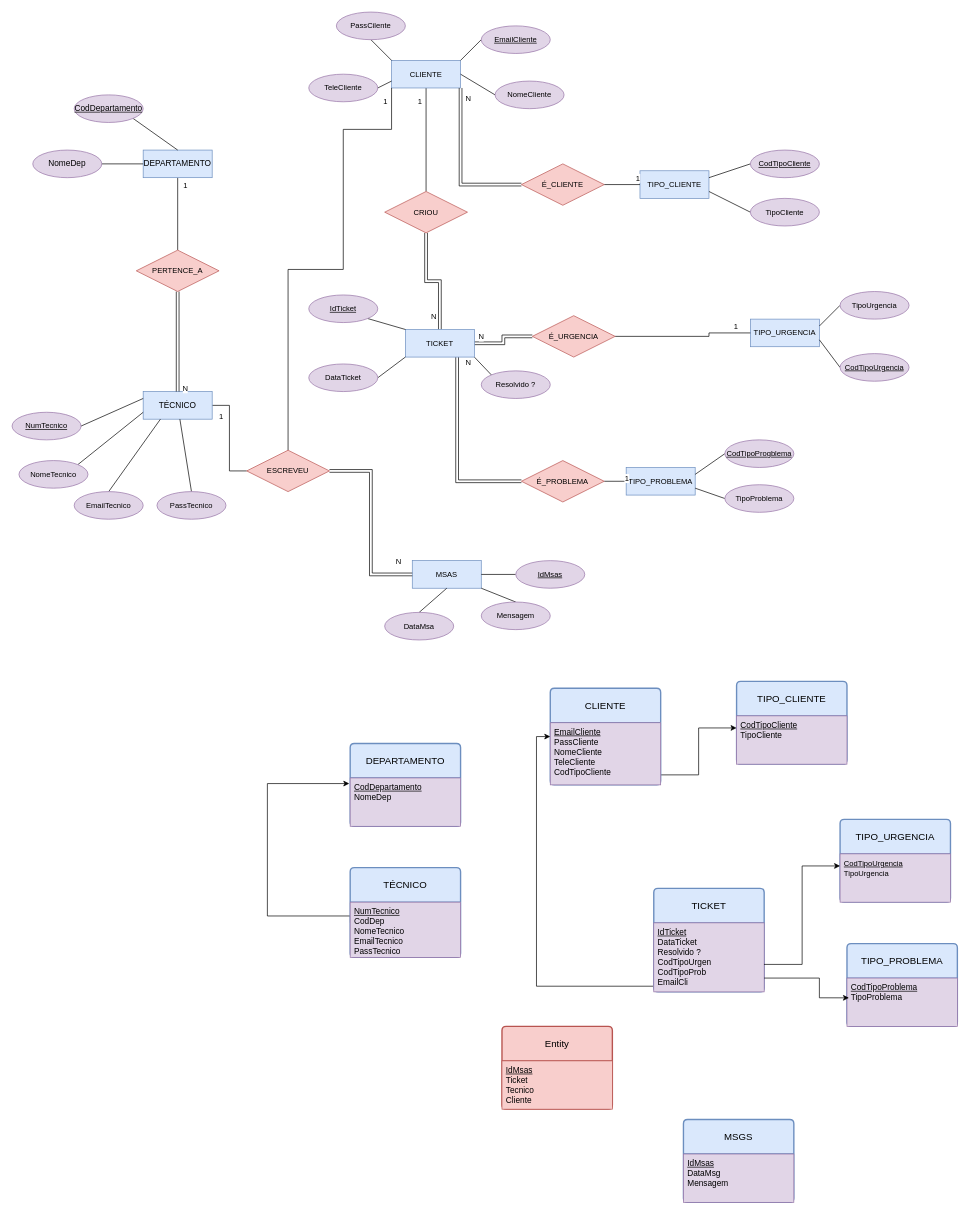
Earlier version of the draw.io diagram Sistema_Ticket.drawio (MarceloPalamaryuk/Analise-de-Sistemas). Source tidied: cells renumbered, new cells numbered last; positions are measured from the earlier drawing's top-left corner, leaving out a move shared by most shapes. Both pictures are drawn from the tidied source at 69%, with x=0, y=0 at pixel (12, 12).
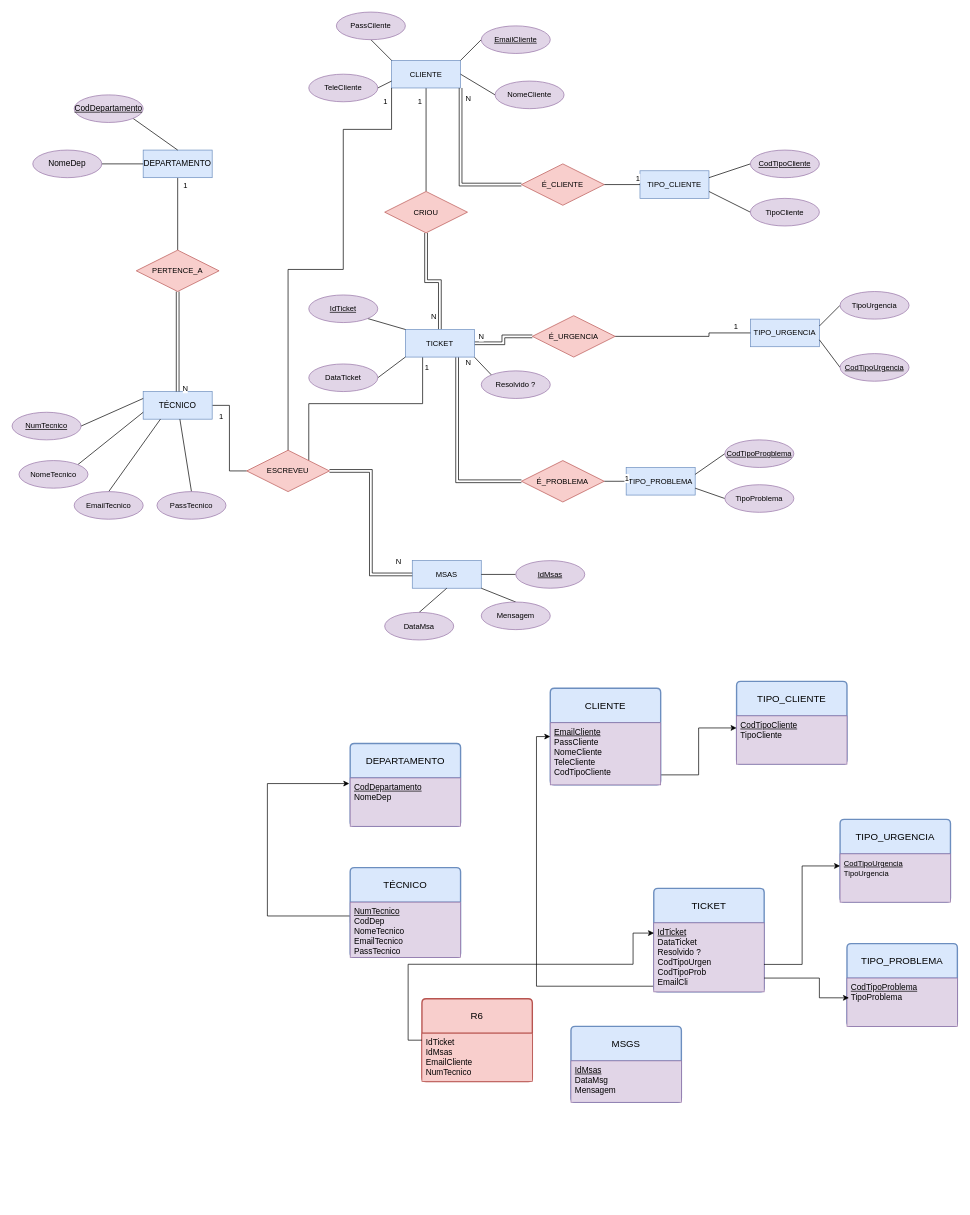
After the change.

Unchanged cells that the change refers to:
```xml
<mxCell id="43" value="TICKET" style="whiteSpace=wrap;html=1;align=center;fontFamily=Helvetica;fontSize=11;labelBackgroundColor=none;fillColor=#dae8fc;strokeColor=#6c8ebf;" parent="1" vertex="1">
  <mxGeometry x="570" y="460" width="100" height="40" as="geometry" />
</mxCell>
<mxCell id="83" value="ESCREVEU" style="shape=rhombus;perimeter=rhombusPerimeter;whiteSpace=wrap;html=1;align=center;fontFamily=Helvetica;fontSize=11;labelBackgroundColor=none;fillColor=#f8cecc;strokeColor=#b85450;" parent="1" vertex="1">
  <mxGeometry x="340" y="635" width="120" height="60" as="geometry" />
</mxCell>
<mxCell id="97" value="&lt;u&gt;IdTicket&lt;/u&gt;&lt;div&gt;DataTicket&lt;/div&gt;&lt;div&gt;Resolvido ?&lt;/div&gt;&lt;div&gt;CodTipoUrgen&lt;/div&gt;&lt;div&gt;CodTipoProb&lt;/div&gt;&lt;div&gt;EmailCli&lt;/div&gt;" style="align=left;strokeColor=#9673a6;fillColor=#e1d5e7;spacingLeft=4;spacingRight=4;fontSize=12;verticalAlign=top;html=1;whiteSpace=wrap;fontFamily=Helvetica;labelBackgroundColor=none;" parent="96" vertex="1">
  <mxGeometry y="50" width="160" height="100" as="geometry" />
</mxCell>
```

The edit, as a diff of the source:
```diff
@@
+    <mxCell id="109" style="edgeStyle=orthogonalEdgeStyle;rounded=0;jettySize=auto;html=1;exitX=0.25;exitY=1;exitDx=0;exitDy=0;entryX=1;entryY=0;entryDx=0;entryDy=0;endArrow=none;endFill=0;" parent="1" edge="1" source="43" target="83">
+      <mxGeometry relative="1" as="geometry" />
+    </mxCell>
+    <mxCell id="110" value="1" style="edgeLabel;html=1;align=center;verticalAlign=middle;" parent="109" vertex="1">
+      <mxGeometry x="-0.88" y="-1" relative="1" as="geometry">
+        <mxPoint x="6" y="-5" as="offset" />
+      </mxGeometry>
+    </mxCell>
@@
     <mxCell id="87" value="MSGS" style="swimlane;horizontal=1;startSize=50;rounded=1;fontSize=14;fontStyle=0;strokeWidth=2;shadow=0;dashed=0;align=center;arcSize=4;whiteSpace=wrap;html=1;fontFamily=Helvetica;labelBackgroundColor=none;fillColor=#dae8fc;strokeColor=#6c8ebf;" parent="1" vertex="1">
-      <mxGeometry x="973" y="1605" width="160" height="120" as="geometry" />
+      <mxGeometry x="810" y="1470" width="160" height="110" as="geometry" />
     </mxCell>
     <mxCell id="88" value="&lt;u&gt;IdMsas&lt;/u&gt;&lt;div&gt;DataMsg&lt;/div&gt;&lt;div&gt;Mensagem&lt;/div&gt;" style="align=left;strokeColor=#9673a6;fillColor=#e1d5e7;spacingLeft=4;spacingRight=4;fontSize=12;verticalAlign=top;html=1;whiteSpace=wrap;fontFamily=Helvetica;labelBackgroundColor=none;" parent="87" vertex="1">
-      <mxGeometry y="50" width="160" height="70" as="geometry" />
+      <mxGeometry y="50" width="160" height="60" as="geometry" />
     </mxCell>
@@
-    <mxCell id="107" value="Entity" style="swimlane;horizontal=1;startSize=50;rounded=1;fontSize=14;fontStyle=0;strokeWidth=2;shadow=0;dashed=0;align=center;arcSize=4;whiteSpace=wrap;html=1;fillColor=#f8cecc;strokeColor=#b85450;" parent="1" vertex="1">
-      <mxGeometry x="710" y="1470" width="160" height="120" as="geometry" />
-    </mxCell>
-    <mxCell id="108" value="&lt;u&gt;IdMsas&lt;/u&gt;&lt;div&gt;Ticket&lt;/div&gt;&lt;div&gt;Tecnico&lt;/div&gt;&lt;div&gt;Cliente&lt;/div&gt;" style="align=left;strokeColor=#b85450;fillColor=#f8cecc;spacingLeft=4;spacingRight=4;fontSize=12;verticalAlign=top;html=1;whiteSpace=wrap;" parent="107" vertex="1">
-      <mxGeometry y="50" width="160" height="70" as="geometry" />
-    </mxCell>
+    <mxCell id="111" value="R6" style="swimlane;horizontal=1;startSize=50;rounded=1;fontSize=14;fontStyle=0;strokeWidth=2;shadow=0;dashed=0;align=center;arcSize=4;whiteSpace=wrap;html=1;fillColor=#f8cecc;strokeColor=#b85450;" parent="1" vertex="1">
+      <mxGeometry x="594" y="1430" width="160" height="120" as="geometry" />
+    </mxCell>
+    <mxCell id="112" value="IdTicket&lt;div&gt;IdMsas&lt;/div&gt;&lt;div&gt;EmailCliente&lt;/div&gt;&lt;div&gt;NumTecnico&lt;/div&gt;" style="align=left;strokeColor=#b85450;fillColor=#f8cecc;spacingLeft=4;spacingRight=4;fontSize=12;verticalAlign=top;html=1;whiteSpace=wrap;" parent="111" vertex="1">
+      <mxGeometry y="50" width="160" height="70" as="geometry" />
+    </mxCell>
+    <mxCell id="113" style="edgeStyle=orthogonalEdgeStyle;rounded=0;jettySize=auto;html=1;exitX=0;exitY=0.5;exitDx=0;exitDy=0;entryX=0.002;entryY=0.148;entryDx=0;entryDy=0;entryPerimeter=0;" parent="1" edge="1" source="111" target="97">
+      <mxGeometry relative="1" as="geometry">
+        <Array as="points">
+          <mxPoint x="574" y="1490" />
+          <mxPoint x="574" y="1380" />
+          <mxPoint x="900" y="1380" />
+          <mxPoint x="900" y="1335" />
+        </Array>
+      </mxGeometry>
+    </mxCell>
```
